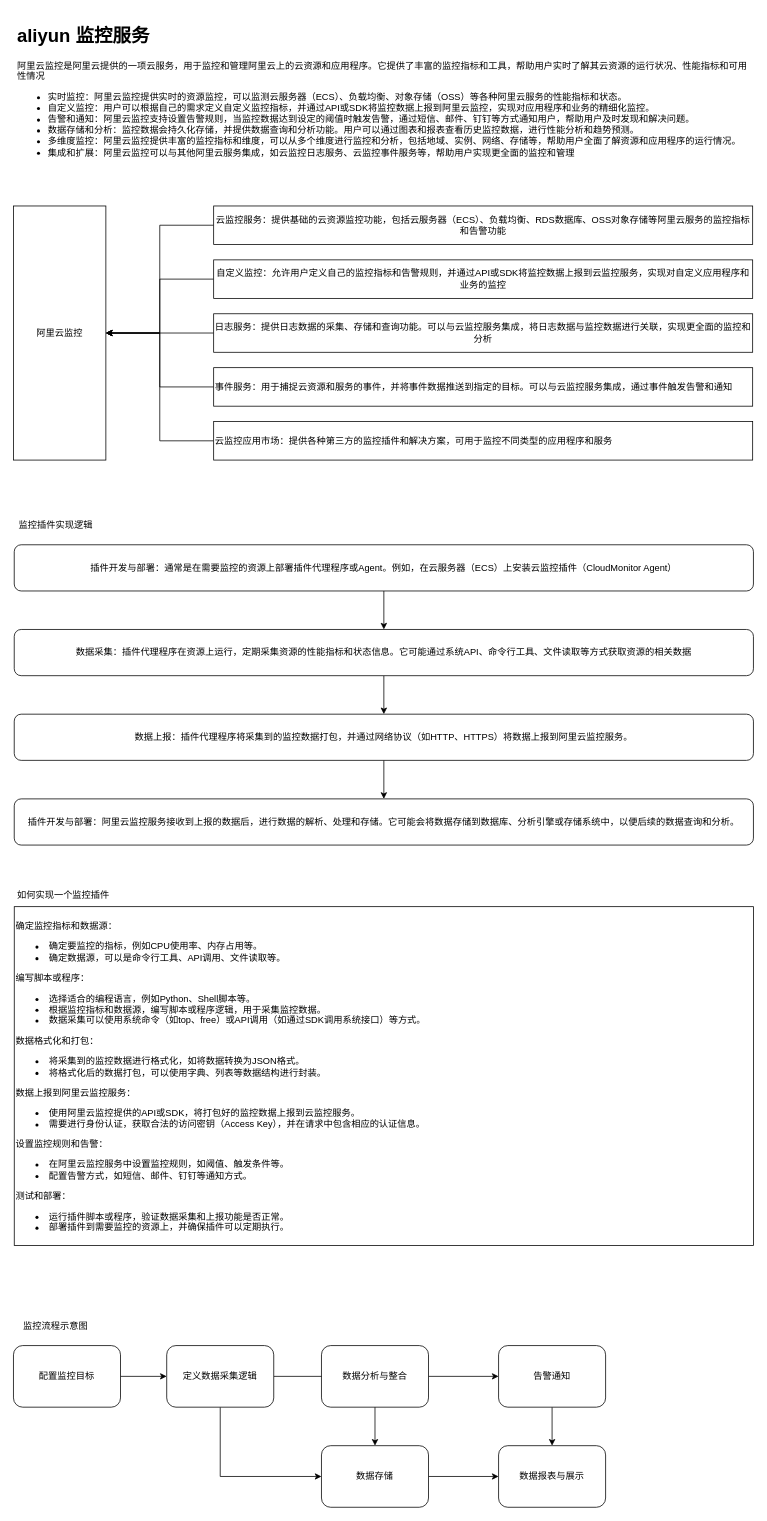
The draw.io diagram aliyun monitor.drawio in dengkefu/draw.io, before the edit. Source tidied: cells renumbered, new cells numbered last; positions are measured from the earlier drawing's top-left corner, leaving out a move shared by most shapes. Both pictures are drawn from the tidied source at 77%, with x=0, y=0 at pixel (13, 21).
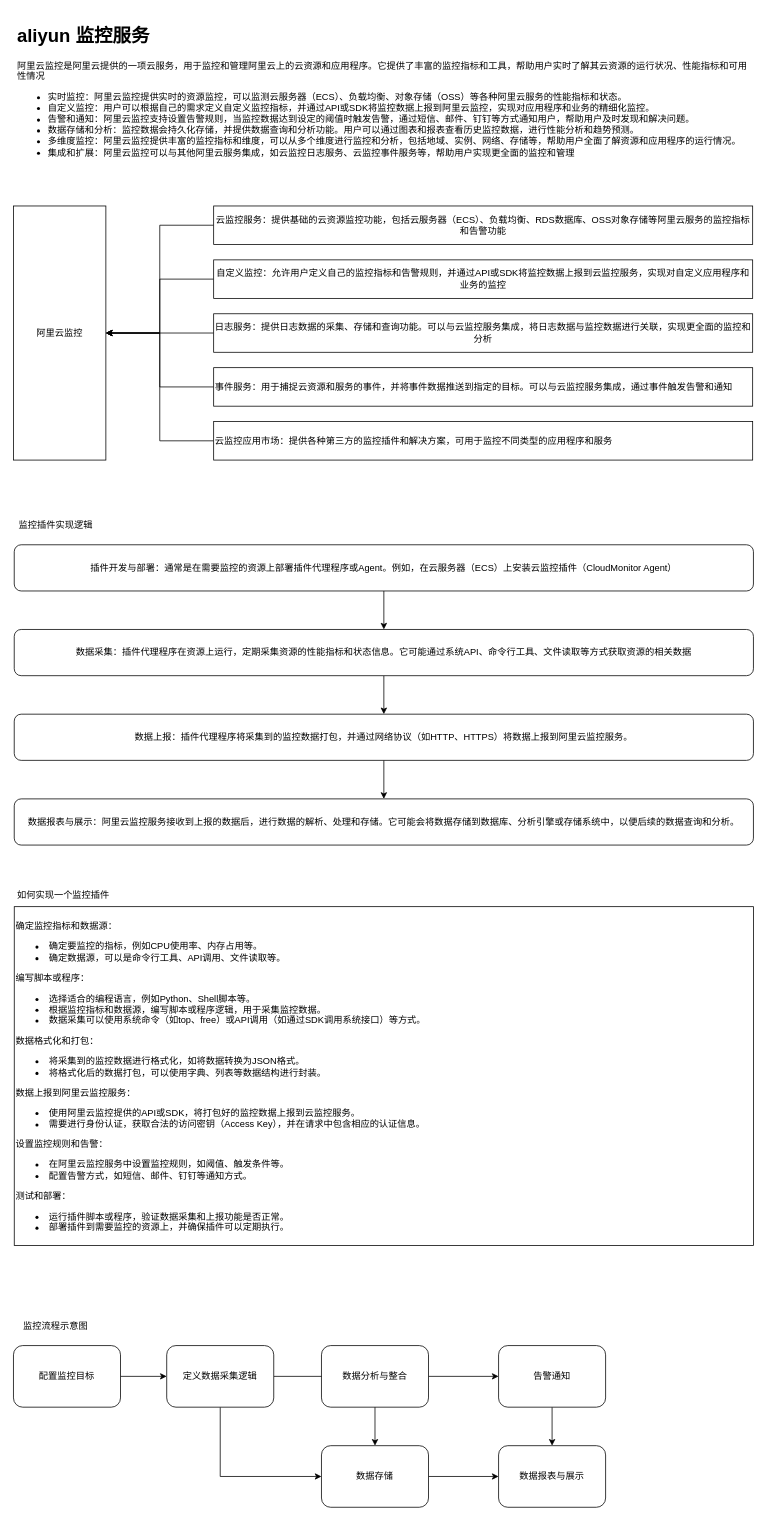
After the change.

What changed in the source:
```diff
@@
-    <mxCell id="21" value="插件开发与部署：阿里云监控服务接收到上报的数据后，进行数据的解析、处理和存储。它可能会将数据存储到数据库、分析引擎或存储系统中，以便后续的数据查询和分析。" style="rounded=1;whiteSpace=wrap;html=1;" parent="1" vertex="1">
+    <mxCell id="21" value="数据报表与展示：阿里云监控服务接收到上报的数据后，进行数据的解析、处理和存储。它可能会将数据存储到数据库、分析引擎或存储系统中，以便后续的数据查询和分析。" style="rounded=1;whiteSpace=wrap;html=1;" parent="1" vertex="1">
       <mxGeometry x="1" y="1010" width="960" height="60" as="geometry" />
     </mxCell>
```
